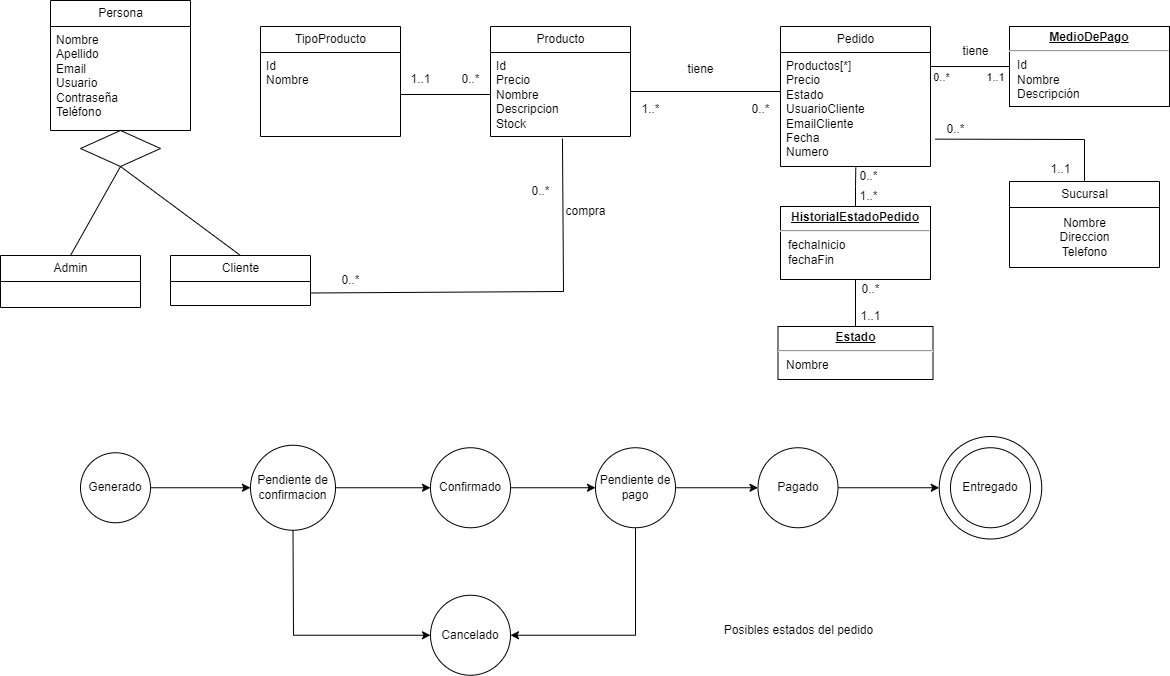
Before: res/modelo_dominio.png, a diagram exported from draw.io (utnfrrodsw/tp). Source tidied: cells renumbered, new cells last; positions are measured from the earlier drawing's top-left corner, leaving out a move shared by most shapes.
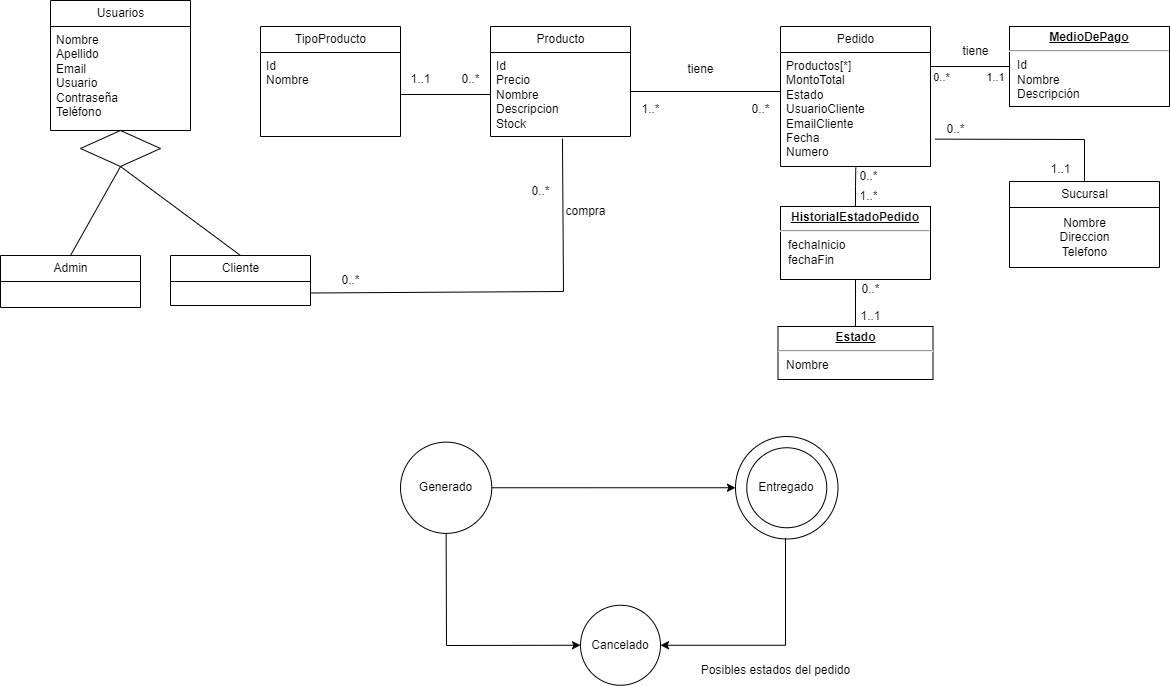
The same diagram one commit later.

Commit message:
Actualizo proposal

The edit, as a diff of the source:
```diff
@@ -3,9 +3,9 @@
     <mxCell id="0" />
     <mxCell id="1" parent="0" />
     <mxCell id="2" style="ellipse;whiteSpace=wrap;html=1;" parent="1" vertex="1">
-      <mxGeometry x="938.8" y="436" width="102.5" height="102.5" as="geometry" />
+      <mxGeometry x="735" y="436" width="102.5" height="102.5" as="geometry" />
     </mxCell>
-    <mxCell id="3" value="Persona" style="swimlane;fontStyle=0;horizontal=1;startSize=26;fillColor=none;html=1;" parent="1" vertex="1">
+    <mxCell id="3" value="Usuarios" style="swimlane;fontStyle=0;horizontal=1;startSize=26;fillColor=none;html=1;" parent="1" vertex="1">
       <mxGeometry x="50" width="140" height="130" as="geometry" />
     </mxCell>
     <mxCell id="4" value="Nombre&lt;br style=&quot;border-color: var(--border-color); text-align: center;&quot;&gt;&lt;span style=&quot;text-align: center;&quot;&gt;Apellido&lt;/span&gt;&lt;br style=&quot;border-color: var(--border-color); text-align: center;&quot;&gt;&lt;span style=&quot;text-align: center;&quot;&gt;Email&lt;/span&gt;&lt;br style=&quot;border-color: var(--border-color); text-align: center;&quot;&gt;&lt;span style=&quot;text-align: center;&quot;&gt;Usuario&lt;/span&gt;&lt;br style=&quot;border-color: var(--border-color); text-align: center;&quot;&gt;&lt;span style=&quot;text-align: center;&quot;&gt;Contraseña&lt;br&gt;Teléfono&lt;br&gt;&lt;/span&gt;" style="text;strokeColor=none;fillColor=none;align=left;verticalAlign=top;spacingLeft=4;spacingRight=4;overflow=hidden;whiteSpace=wrap;html=1;" parent="3" vertex="1">
@@ -20,7 +20,7 @@
     <mxCell id="7" value="Pedido" style="swimlane;fontStyle=0;horizontal=1;startSize=26;fillColor=none;html=1;" parent="1" vertex="1">
       <mxGeometry x="780" y="26" width="150" height="140" as="geometry" />
     </mxCell>
-    <mxCell id="8" value="Productos[*]&lt;br&gt;Precio&lt;br&gt;Estado&lt;br&gt;UsuarioCliente&lt;br&gt;EmailCliente&lt;br&gt;Fecha&lt;br&gt;Numero" style="text;strokeColor=none;fillColor=none;align=left;verticalAlign=top;spacingLeft=4;spacingRight=4;overflow=hidden;points=[[0,0.5],[1,0.5]];portConstraint=eastwest;whiteSpace=wrap;html=1;" parent="7" vertex="1">
+    <mxCell id="8" value="Productos[*]&lt;br&gt;MontoTotal&lt;br&gt;Estado&lt;br&gt;UsuarioCliente&lt;br&gt;EmailCliente&lt;br&gt;Fecha&lt;br&gt;Numero" style="text;strokeColor=none;fillColor=none;align=left;verticalAlign=top;spacingLeft=4;spacingRight=4;overflow=hidden;points=[[0,0.5],[1,0.5]];portConstraint=eastwest;whiteSpace=wrap;html=1;" parent="7" vertex="1">
       <mxGeometry y="26" width="150" height="114" as="geometry" />
     </mxCell>
     <mxCell id="9" value="Cliente" style="swimlane;fontStyle=0;horizontal=1;startSize=26;fillColor=none;html=1;" parent="1" vertex="1">
@@ -88,11 +88,11 @@
     <mxCell id="26" value="tiene" style="text;html=1;align=center;verticalAlign=middle;strokeColor=none;fillColor=none;" parent="1" vertex="1">
       <mxGeometry x="950" y="36" width="50" height="30" as="geometry" />
     </mxCell>
-    <mxCell id="27" style="edgeStyle=orthogonalEdgeStyle;rounded=0;jettySize=auto;html=1;entryX=0;entryY=0.5;entryDx=0;entryDy=0;" parent="1" edge="1" source="28" target="32">
-      <mxGeometry relative="1" as="geometry" />
-    </mxCell>
+    <mxCell id="60" style="edgeStyle=orthogonalEdgeStyle;rounded=0;jettySize=auto;html=1;exitX=1;exitY=0.5;exitDx=0;exitDy=0;entryX=0;entryY=0.5;entryDx=0;entryDy=0;" parent="1" edge="1" source="28" target="2">
+      <mxGeometry relative="1" as="geometry" />
+    </mxCell>
     <mxCell id="28" value="Generado" style="ellipse;whiteSpace=wrap;html=1;" parent="1" vertex="1">
-      <mxGeometry x="80" y="452.2" width="70" height="70" as="geometry" />
+      <mxGeometry x="400" y="441.6" width="91.2" height="91.2" as="geometry" />
     </mxCell>
     <mxCell id="29" value="&lt;p style=&quot;margin:0px;margin-top:4px;text-align:center;text-decoration:underline;&quot;&gt;&lt;b&gt;Estado&lt;/b&gt;&lt;/p&gt;&lt;hr&gt;&lt;p style=&quot;margin:0px;margin-left:8px;&quot;&gt;Nombre&lt;/p&gt;" style="verticalAlign=top;align=left;overflow=fill;fontSize=12;fontFamily=Helvetica;html=1;whiteSpace=wrap;" parent="1" vertex="1">
       <mxGeometry x="777.5" y="326" width="155" height="53" as="geometry" />
@@ -100,70 +100,57 @@
     <mxCell id="30" value="&lt;p style=&quot;margin:0px;margin-top:4px;text-align:center;text-decoration:underline;&quot;&gt;&lt;b&gt;HistorialEstadoPedido&lt;/b&gt;&lt;/p&gt;&lt;hr&gt;&lt;p style=&quot;margin:0px;margin-left:8px;&quot;&gt;fechaInicio&lt;/p&gt;&lt;p style=&quot;margin:0px;margin-left:8px;&quot;&gt;fechaFin&lt;/p&gt;" style="verticalAlign=top;align=left;overflow=fill;fontSize=12;fontFamily=Helvetica;html=1;whiteSpace=wrap;" parent="1" vertex="1">
       <mxGeometry x="780" y="206" width="150" height="73" as="geometry" />
     </mxCell>
-    <mxCell id="31" style="edgeStyle=orthogonalEdgeStyle;rounded=0;jettySize=auto;html=1;entryX=0;entryY=0.5;entryDx=0;entryDy=0;" parent="1" edge="1" source="32" target="33">
-      <mxGeometry relative="1" as="geometry" />
+    <mxCell id="31" style="edgeStyle=orthogonalEdgeStyle;rounded=0;jettySize=auto;html=1;entryX=0;entryY=0.5;entryDx=0;entryDy=0;" parent="1" edge="1" target="x">
+      <mxGeometry relative="1" as="geometry">
+        <mxPoint x="335" y="487.2" as="sourcePoint" />
+      </mxGeometry>
     </mxCell>
-    <mxCell id="32" value="Pendiente de confirmacion" style="ellipse;whiteSpace=wrap;html=1;" parent="1" vertex="1">
-      <mxGeometry x="250" y="444.8" width="85" height="85" as="geometry" />
-    </mxCell>
-    <mxCell id="33" value="Confirmado" style="ellipse;whiteSpace=wrap;html=1;" parent="1" vertex="1">
-      <mxGeometry x="430" y="447.2" width="80" height="80" as="geometry" />
-    </mxCell>
     <mxCell id="34" style="edgeStyle=orthogonalEdgeStyle;rounded=0;jettySize=auto;html=1;entryX=0.502;entryY=1.009;entryDx=0;entryDy=0;entryPerimeter=0;endArrow=none;endFill=0;" parent="1" edge="1" source="30" target="8">
       <mxGeometry relative="1" as="geometry" />
     </mxCell>
-    <mxCell id="35" style="edgeStyle=orthogonalEdgeStyle;rounded=0;jettySize=auto;html=1;entryX=0;entryY=0.5;entryDx=0;entryDy=0;" parent="1" edge="1" source="36" target="41">
-      <mxGeometry relative="1" as="geometry" />
-    </mxCell>
-    <mxCell id="36" value="Pendiente de pago" style="ellipse;whiteSpace=wrap;html=1;" parent="1" vertex="1">
-      <mxGeometry x="595" y="447.2" width="80" height="80" as="geometry" />
-    </mxCell>
     <mxCell id="37" style="edgeStyle=orthogonalEdgeStyle;rounded=0;jettySize=auto;html=1;endArrow=none;endFill=0;" parent="1" edge="1" source="30" target="29">
       <mxGeometry relative="1" as="geometry" />
     </mxCell>
     <mxCell id="38" value="0..*" style="text;html=1;align=center;verticalAlign=middle;strokeColor=none;fillColor=none;" parent="1" vertex="1">
       <mxGeometry x="848" y="161" width="40" height="30" as="geometry" />
     </mxCell>
-    <mxCell id="39" style="edgeStyle=orthogonalEdgeStyle;rounded=0;jettySize=auto;html=1;entryX=0;entryY=0.5;entryDx=0;entryDy=0;" parent="1" edge="1" source="41" target="2">
-      <mxGeometry relative="1" as="geometry" />
-    </mxCell>
     <mxCell id="40" value="1..1" style="text;html=1;align=center;verticalAlign=middle;strokeColor=none;fillColor=none;" parent="1" vertex="1">
       <mxGeometry x="850" y="301" width="40" height="30" as="geometry" />
     </mxCell>
-    <mxCell id="41" value="Pagado" style="ellipse;whiteSpace=wrap;html=1;" parent="1" vertex="1">
-      <mxGeometry x="757.5" y="447.2" width="80" height="80" as="geometry" />
-    </mxCell>
     <mxCell id="42" value="0..*" style="text;html=1;align=center;verticalAlign=middle;strokeColor=none;fillColor=none;" parent="1" vertex="1">
       <mxGeometry x="850" y="274" width="40" height="30" as="geometry" />
     </mxCell>
     <mxCell id="43" value="Entregado" style="ellipse;whiteSpace=wrap;html=1;" parent="1" vertex="1">
-      <mxGeometry x="950" y="447.2" width="80" height="80" as="geometry" />
+      <mxGeometry x="746.2" y="447.2" width="80" height="80" as="geometry" />
     </mxCell>
     <mxCell id="44" value="Cancelado" style="ellipse;whiteSpace=wrap;html=1;" parent="1" vertex="1">
-      <mxGeometry x="430" y="594.8" width="80" height="80" as="geometry" />
+      <mxGeometry x="580" y="604.8" width="80" height="80" as="geometry" />
     </mxCell>
     <mxCell id="45" value="1..*" style="text;html=1;align=center;verticalAlign=middle;strokeColor=none;fillColor=none;" parent="1" vertex="1">
       <mxGeometry x="848" y="181" width="40" height="30" as="geometry" />
     </mxCell>
-    <mxCell id="46" style="endArrow=classic;html=1;rounded=0;exitX=0.5;exitY=1;exitDx=0;exitDy=0;entryX=0;entryY=0.5;entryDx=0;entryDy=0;" parent="1" edge="1" source="32" target="44">
+    <mxCell id="46" style="endArrow=classic;html=1;rounded=0;exitX=0.5;exitY=1;exitDx=0;exitDy=0;entryX=0;entryY=0.5;entryDx=0;entryDy=0;" parent="1" edge="1" source="28" target="44">
       <mxGeometry relative="1" as="geometry">
         <Array as="points">
-          <mxPoint x="293" y="634.8" />
+          <mxPoint x="446" y="645" />
         </Array>
       </mxGeometry>
     </mxCell>
-    <mxCell id="47" style="edgeStyle=orthogonalEdgeStyle;rounded=0;jettySize=auto;html=1;entryX=0;entryY=0.5;entryDx=0;entryDy=0;" parent="1" edge="1" source="33" target="36">
-      <mxGeometry relative="1" as="geometry" />
+    <mxCell id="47" style="edgeStyle=orthogonalEdgeStyle;rounded=0;jettySize=auto;html=1;entryX=0;entryY=0.5;entryDx=0;entryDy=0;" parent="1" edge="1" target="x">
+      <mxGeometry relative="1" as="geometry">
+        <mxPoint x="510" y="487.2" as="sourcePoint" />
+      </mxGeometry>
     </mxCell>
-    <mxCell id="48" style="endArrow=classic;html=1;rounded=0;exitX=0.5;exitY=1;exitDx=0;exitDy=0;entryX=1;entryY=0.5;entryDx=0;entryDy=0;" parent="1" edge="1" source="36" target="44">
+    <mxCell id="48" style="endArrow=classic;html=1;rounded=0;exitX=0.5;exitY=1;exitDx=0;exitDy=0;entryX=1;entryY=0.5;entryDx=0;entryDy=0;" parent="1" edge="1" target="44">
       <mxGeometry relative="1" as="geometry">
+        <mxPoint x="785" y="537.2" as="sourcePoint" />
         <Array as="points">
-          <mxPoint x="635" y="634.8" />
+          <mxPoint x="785" y="644.8" />
         </Array>
       </mxGeometry>
     </mxCell>
     <mxCell id="49" value="Posibles estados del pedido" style="text;html=1;align=center;verticalAlign=middle;strokeColor=none;fillColor=none;" parent="1" vertex="1">
-      <mxGeometry x="712.5" y="614.8" width="170" height="30" as="geometry" />
+      <mxGeometry x="690" y="654.8" width="170" height="30" as="geometry" />
     </mxCell>
     <mxCell id="50" value="TipoProducto" style="swimlane;fontStyle=0;horizontal=1;startSize=26;fillColor=none;html=1;" parent="1" vertex="1">
       <mxGeometry x="260" y="26" width="140" height="110" as="geometry" />
```
